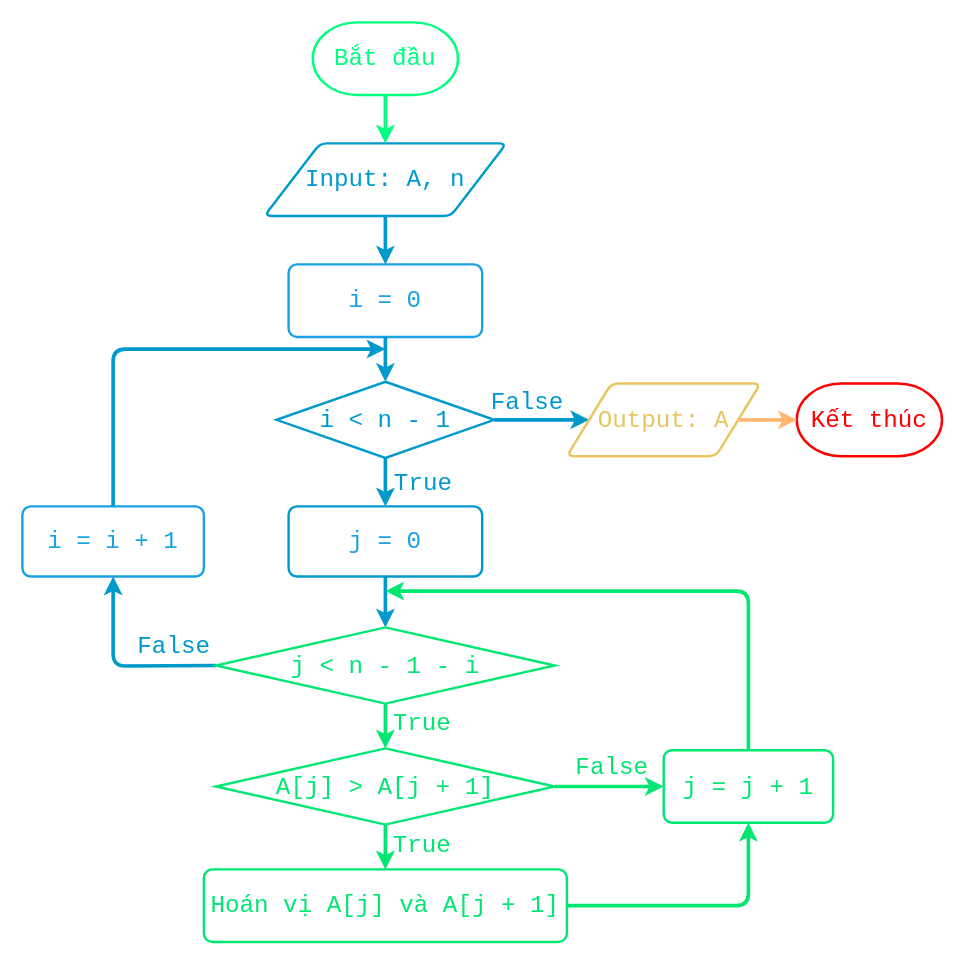
Before: page "bubble sort flowchart" (5 of 8) of pictures/sorting-flowchart.drawio in vtchitruong/vtchitruong.github.io, a draw.io diagram. Source tidied: cells renumbered, new cells numbered last; positions are measured from the earlier drawing's top-left corner, leaving out a move shared by most shapes. Both pictures are drawn from the tidied source at 121%, with x=0, y=0 at pixel (22, 22).
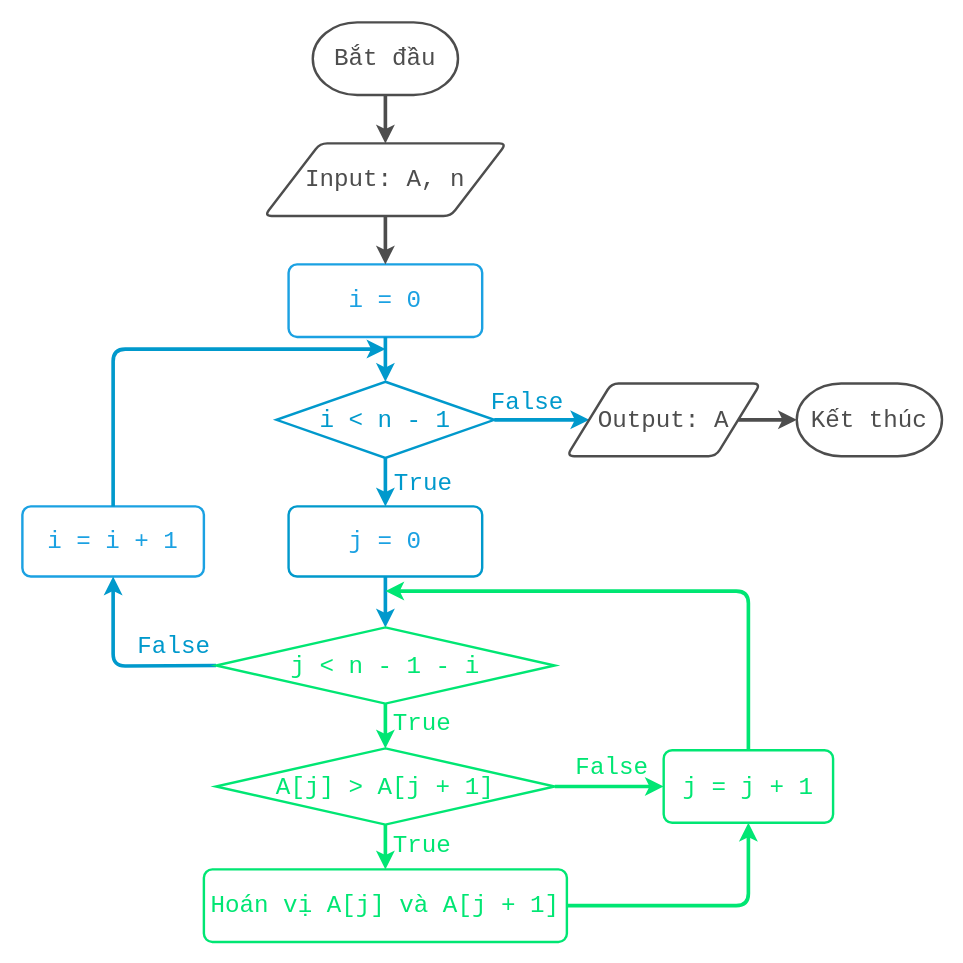
After the change.

The change refers to these unchanged cells:
```xml
<mxCell id="4" value="i = 0" style="rounded=1;whiteSpace=wrap;html=1;absoluteArcSize=1;arcSize=14;strokeWidth=2;fontFamily=consolas;fontSize=20;strokeColor=#1BA1E2;fontColor=#1BA1E2;fillColor=none;" parent="1" vertex="1">
  <mxGeometry x="220" y="200" width="160" height="60" as="geometry" />
</mxCell>
```

What changed in the source:
```diff
@@
-    <mxCell id="2" value="Bắt đầu" style="strokeWidth=2;html=1;shape=mxgraph.flowchart.terminator;whiteSpace=wrap;fontSize=20;fontFamily=consolas;strokeColor=#00FF80;fontColor=#00FF80;fillColor=none;" parent="1" vertex="1">
+    <mxCell id="2" value="Bắt đầu" style="strokeWidth=2;html=1;shape=mxgraph.flowchart.terminator;whiteSpace=wrap;fontSize=20;fontFamily=consolas;strokeColor=#4D4D4D;fontColor=#4D4D4D;fillColor=none;" parent="1" vertex="1">
       <mxGeometry x="240" width="120" height="60" as="geometry" />
     </mxCell>
-    <mxCell id="3" value="Input: A, n" style="shape=parallelogram;html=1;strokeWidth=2;perimeter=parallelogramPerimeter;whiteSpace=wrap;rounded=1;arcSize=12;size=0.23;fontSize=20;fontFamily=consolas;strokeColor=#0099CC;fillColor=none;gradientColor=#ffd966;fontColor=#0099CC;" parent="1" vertex="1">
+    <mxCell id="3" value="Input: A, n" style="shape=parallelogram;html=1;strokeWidth=2;perimeter=parallelogramPerimeter;whiteSpace=wrap;rounded=1;arcSize=12;size=0.23;fontSize=20;fontFamily=consolas;strokeColor=#4D4D4D;fillColor=none;gradientColor=#ffd966;fontColor=#4D4D4D;" parent="1" vertex="1">
       <mxGeometry x="200" y="100" width="200" height="60" as="geometry" />
     </mxCell>
@@
-    <mxCell id="5" style="endArrow=classic;html=1;fontFamily=consolas;fontSize=20;strokeWidth=3;fillColor=#a20025;strokeColor=#00FF80;exitX=0.5;exitY=1;exitDx=0;exitDy=0;exitPerimeter=0;entryX=0.5;entryY=0;entryDx=0;entryDy=0;fontColor=#00FF80;" parent="1" edge="1" source="2" target="3">
+    <mxCell id="5" style="endArrow=classic;html=1;fontFamily=consolas;fontSize=20;strokeWidth=3;fillColor=#a20025;strokeColor=#4D4D4D;exitX=0.5;exitY=1;exitDx=0;exitDy=0;exitPerimeter=0;entryX=0.5;entryY=0;entryDx=0;entryDy=0;fontColor=#00FF80;" parent="1" edge="1" source="2" target="3">
       <mxGeometry relative="1" as="geometry" />
     </mxCell>
-    <mxCell id="6" style="endArrow=classic;html=1;fontFamily=consolas;fontSize=20;strokeWidth=3;fillColor=#a20025;strokeColor=#0099CC;exitX=0.5;exitY=1;exitDx=0;exitDy=0;entryX=0.5;entryY=0;entryDx=0;entryDy=0;" parent="1" edge="1" source="3" target="4">
+    <mxCell id="6" style="endArrow=classic;html=1;fontFamily=consolas;fontSize=20;strokeWidth=3;fillColor=#a20025;strokeColor=#4D4D4D;exitX=0.5;exitY=1;exitDx=0;exitDy=0;entryX=0.5;entryY=0;entryDx=0;entryDy=0;" parent="1" edge="1" source="3" target="4">
       <mxGeometry relative="1" as="geometry" />
     </mxCell>
@@
-    <mxCell id="9" value="Kết thúc" style="strokeWidth=2;html=1;shape=mxgraph.flowchart.terminator;whiteSpace=wrap;fontSize=20;strokeColor=#FF0000;fontColor=#FF0000;fillColor=none;fontFamily=consolas;" parent="1" vertex="1">
+    <mxCell id="9" value="Kết thúc" style="strokeWidth=2;html=1;shape=mxgraph.flowchart.terminator;whiteSpace=wrap;fontSize=20;strokeColor=#4D4D4D;fontColor=#4D4D4D;fillColor=none;fontFamily=consolas;" parent="1" vertex="1">
       <mxGeometry x="640" y="298.5" width="120" height="60" as="geometry" />
     </mxCell>
@@
-    <mxCell id="18" value="Output: &lt;font&gt;A&lt;/font&gt;" style="shape=parallelogram;html=1;strokeWidth=2;perimeter=parallelogramPerimeter;whiteSpace=wrap;rounded=1;arcSize=12;size=0.23;fontSize=20;fontFamily=consolas;strokeColor=#E8C55D;fillColor=none;gradientColor=#ffd966;fontColor=#E8C55D;" parent="1" vertex="1">
+    <mxCell id="18" value="Output: &lt;font&gt;A&lt;/font&gt;" style="shape=parallelogram;html=1;strokeWidth=2;perimeter=parallelogramPerimeter;whiteSpace=wrap;rounded=1;arcSize=12;size=0.23;fontSize=20;fontFamily=consolas;strokeColor=#4D4D4D;fillColor=none;gradientColor=#ffd966;fontColor=#4D4D4D;" parent="1" vertex="1">
       <mxGeometry x="450" y="298.5" width="160" height="60" as="geometry" />
     </mxCell>
-    <mxCell id="19" style="endArrow=classic;html=1;fontFamily=consolas;fontSize=20;strokeWidth=3;fillColor=#a20025;strokeColor=#FFB570;exitX=1;exitY=0.5;exitDx=0;exitDy=0;entryX=0;entryY=0.5;entryDx=0;entryDy=0;entryPerimeter=0;" parent="1" edge="1" source="18" target="9">
+    <mxCell id="19" style="endArrow=classic;html=1;fontFamily=consolas;fontSize=20;strokeWidth=3;fillColor=#a20025;strokeColor=#4D4D4D;exitX=1;exitY=0.5;exitDx=0;exitDy=0;entryX=0;entryY=0.5;entryDx=0;entryDy=0;entryPerimeter=0;" parent="1" edge="1" source="18" target="9">
       <mxGeometry relative="1" as="geometry" />
     </mxCell>
```
